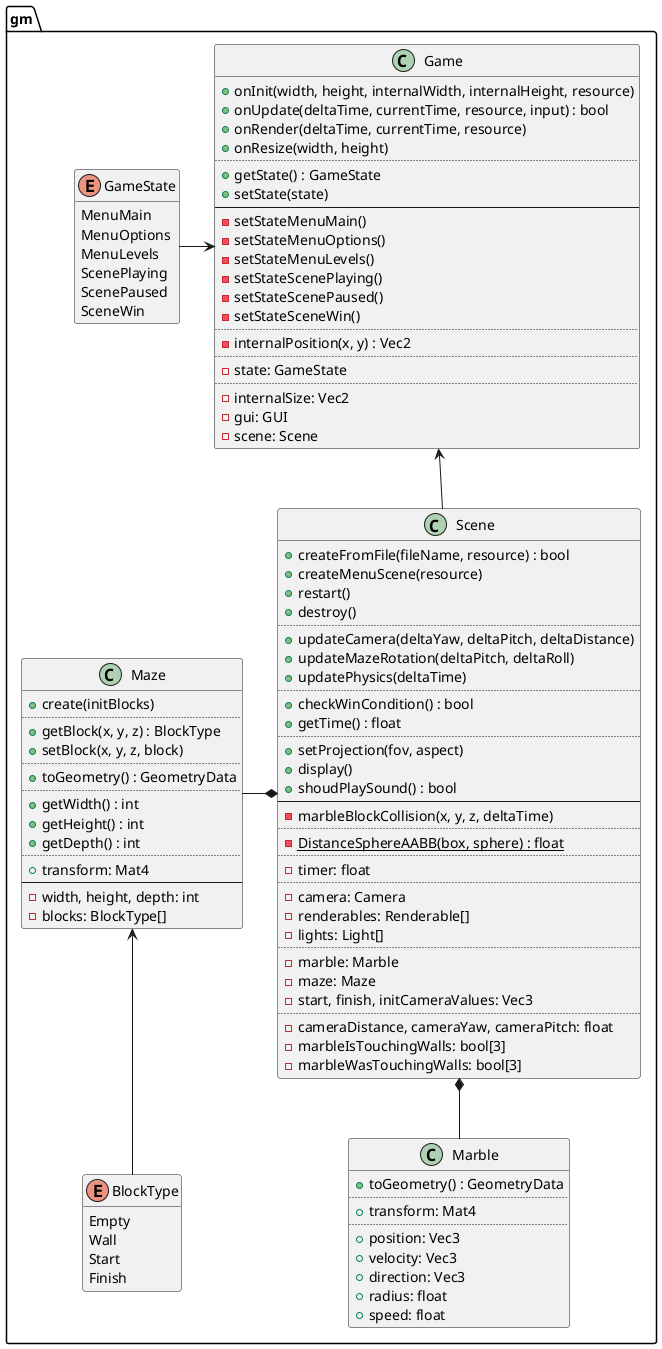
The PlantUML diagram design/gm.png in ba6er/marblemaze, before a commit.
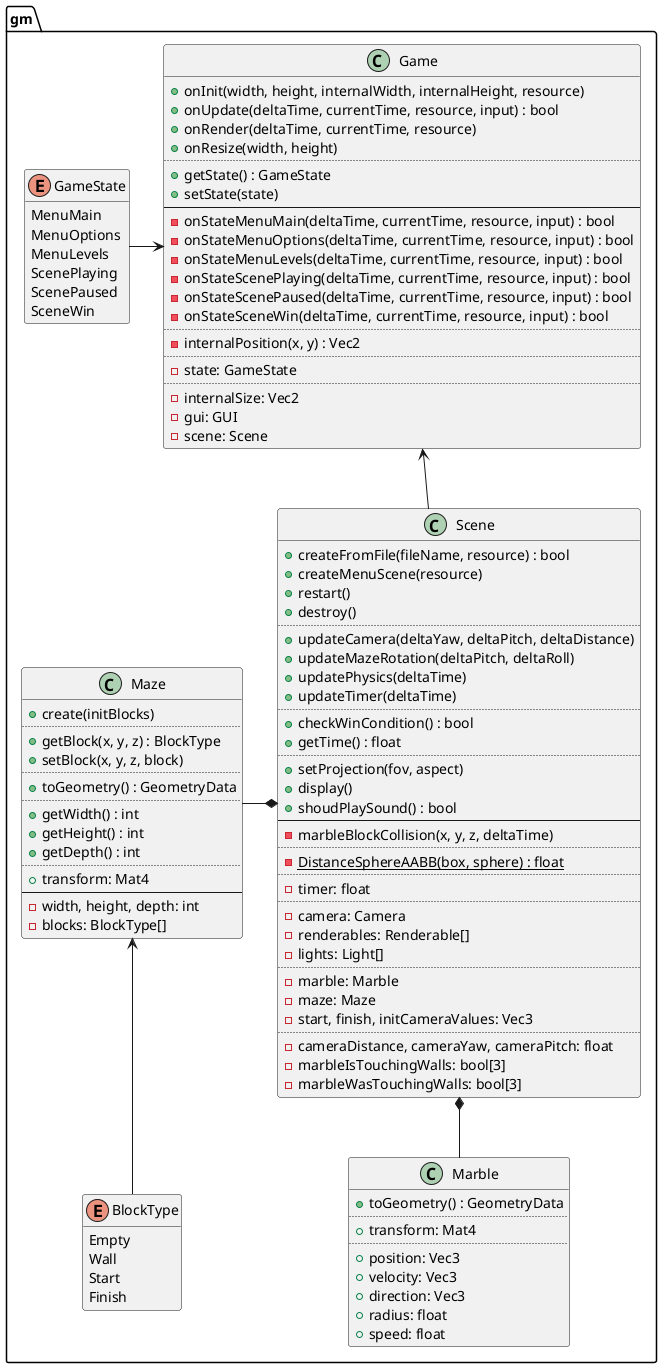
After the change.

Commit message:
Each game state has it's own update function, added Scene::updateTimer

Diff of the diagram source:
```diff
@@ -20,12 +20,12 @@
 	+getState() : GameState
 	+setState(state)
 	--
-	-setStateMenuMain()
-	-setStateMenuOptions()
-	-setStateMenuLevels()
-	-setStateScenePlaying()
-	-setStateScenePaused()
-	-setStateSceneWin()
+	-onStateMenuMain(deltaTime, currentTime, resource, input) : bool
+	-onStateMenuOptions(deltaTime, currentTime, resource, input) : bool
+	-onStateMenuLevels(deltaTime, currentTime, resource, input) : bool
+	-onStateScenePlaying(deltaTime, currentTime, resource, input) : bool
+	-onStateScenePaused(deltaTime, currentTime, resource, input) : bool
+	-onStateSceneWin(deltaTime, currentTime, resource, input) : bool
 	..
 	-internalPosition(x, y) : Vec2
 	..
@@ -45,6 +45,7 @@
 	+updateCamera(deltaYaw, deltaPitch, deltaDistance)
 	+updateMazeRotation(deltaPitch, deltaRoll)
 	+updatePhysics(deltaTime)
+	+updateTimer(deltaTime)
 	..
 	+checkWinCondition() : bool
 	+getTime() : float
```
